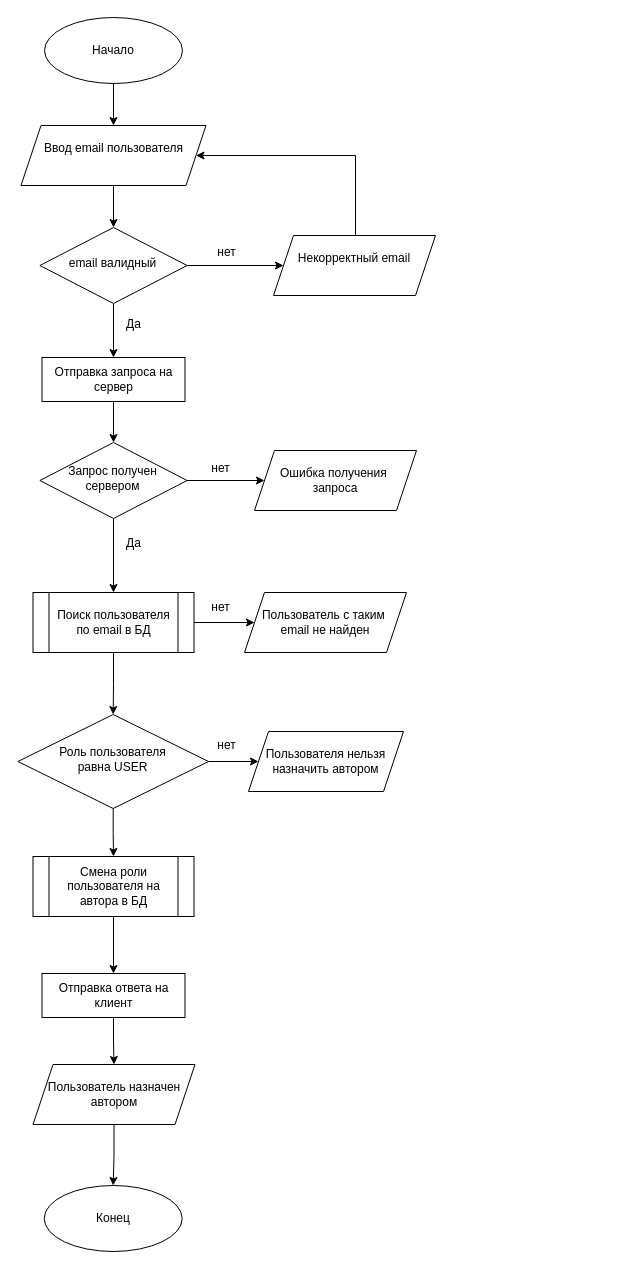
Halwahm/Univer keeps this draw.io diagram as 4 COURSE/KP 4-1/role-change.drawio. Above is the earlier version. Source tidied: cells renumbered, new cells numbered last; positions are measured from the earlier drawing's top-left corner, leaving out a move shared by most shapes. Both pictures are drawn from the tidied source at 100%, with x=0, y=0 at pixel (17, 17).
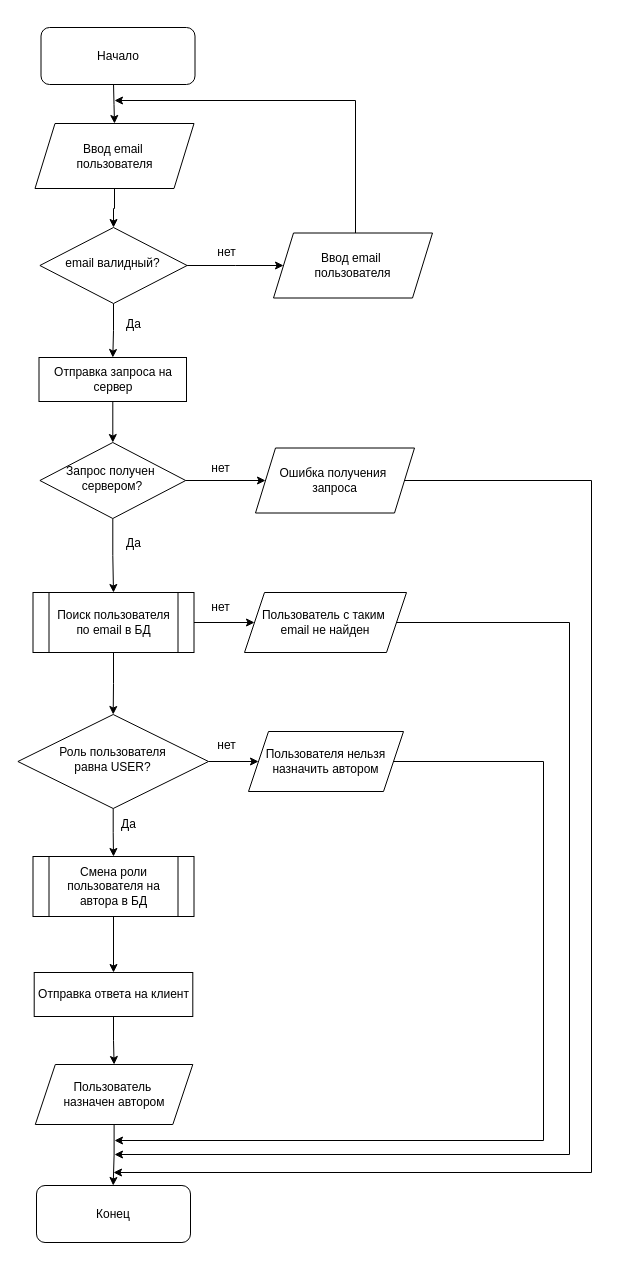
The same page after the edit.

Unchanged cells that the change refers to:
```xml
<mxCell id="25" value="Пользователь с таким&amp;nbsp;&lt;div&gt;email не найден&lt;/div&gt;" style="shape=parallelogram;perimeter=parallelogramPerimeter;whiteSpace=wrap;html=1;fixedSize=1;" parent="1" vertex="1">
  <mxGeometry x="227" y="575" width="162" height="60" as="geometry" />
</mxCell>
<mxCell id="30" value="Пользователя нельзя&lt;div&gt;назначить автором&lt;/div&gt;" style="shape=parallelogram;perimeter=parallelogramPerimeter;whiteSpace=wrap;html=1;fixedSize=1;" parent="1" vertex="1">
  <mxGeometry x="231" y="714" width="155" height="60" as="geometry" />
</mxCell>
```

Diff of the diagram source:
```diff
@@
-    <mxCell id="2" style="edgeStyle=orthogonalEdgeStyle;rounded=0;jettySize=auto;html=1;" parent="1" edge="1" source="3" target="10">
-      <mxGeometry relative="1" as="geometry" />
+    <mxCell id="2" style="edgeStyle=orthogonalEdgeStyle;rounded=0;jettySize=auto;html=1;" parent="1" edge="1" target="10">
+      <mxGeometry relative="1" as="geometry">
+        <mxPoint x="96" y="66" as="sourcePoint" />
+      </mxGeometry>
     </mxCell>
-    <mxCell id="3" value="Начало" style="ellipse;whiteSpace=wrap;html=1;" parent="1" vertex="1">
-      <mxGeometry x="27" width="138" height="66" as="geometry" />
-    </mxCell>
-    <mxCell id="4" value="Конец" style="ellipse;whiteSpace=wrap;html=1;" parent="1" vertex="1">
-      <mxGeometry x="26.7" y="1168" width="138" height="66" as="geometry" />
-    </mxCell>
@@
-    <mxCell id="6" style="edgeStyle=orthogonalEdgeStyle;rounded=0;jettySize=auto;html=1;" parent="1" edge="1" source="7" target="17">
-      <mxGeometry relative="1" as="geometry" />
+    <mxCell id="6" style="edgeStyle=orthogonalEdgeStyle;rounded=0;jettySize=auto;html=1;" parent="1" edge="1" source="7">
+      <mxGeometry relative="1" as="geometry">
+        <mxPoint x="266" y="248" as="targetPoint" />
+      </mxGeometry>
     </mxCell>
-    <mxCell id="7" value="email валидный" style="rhombus;whiteSpace=wrap;html=1;shadow=0;fontFamily=Helvetica;fontSize=12;align=center;strokeWidth=1;spacing=6;spacingTop=-4;" parent="1" vertex="1">
+    <mxCell id="7" value="email валидный?" style="rhombus;whiteSpace=wrap;html=1;shadow=0;fontFamily=Helvetica;fontSize=12;align=center;strokeWidth=1;spacing=6;spacingTop=-4;" parent="1" vertex="1">
       <mxGeometry x="22.4" y="210" width="147.2" height="76" as="geometry" />
     </mxCell>
@@
-    <mxCell id="10" value="&#10;&lt;span style=&quot;color: rgb(0, 0, 0); font-family: Helvetica; font-size: 12px; font-style: normal; font-variant-ligatures: normal; font-variant-caps: normal; font-weight: 400; letter-spacing: normal; orphans: 2; text-align: center; text-indent: 0px; text-transform: none; widows: 2; word-spacing: 0px; -webkit-text-stroke-width: 0px; white-space: normal; background-color: rgb(255, 255, 255); text-decoration-thickness: initial; text-decoration-style: initial; text-decoration-color: initial; display: inline !important; float: none;&quot;&gt;Ввод email пользователя&lt;/span&gt;&#10;&#10;" style="shape=parallelogram;perimeter=parallelogramPerimeter;whiteSpace=wrap;html=1;fixedSize=1;" parent="1" vertex="1">
-      <mxGeometry x="3.5" y="108" width="185" height="60" as="geometry" />
+    <mxCell id="10" value="&lt;span style=&quot;color: rgb(0, 0, 0); font-family: Helvetica; font-size: 12px; font-style: normal; font-variant-ligatures: normal; font-variant-caps: normal; font-weight: 400; letter-spacing: normal; orphans: 2; text-align: center; text-indent: 0px; text-transform: none; widows: 2; word-spacing: 0px; -webkit-text-stroke-width: 0px; white-space: normal; background-color: rgb(255, 255, 255); text-decoration-thickness: initial; text-decoration-style: initial; text-decoration-color: initial; display: inline !important; float: none;&quot;&gt;Ввод email&amp;nbsp;&lt;/span&gt;&lt;div&gt;&lt;span style=&quot;color: rgb(0, 0, 0); font-family: Helvetica; font-size: 12px; font-style: normal; font-variant-ligatures: normal; font-variant-caps: normal; font-weight: 400; letter-spacing: normal; orphans: 2; text-align: center; text-indent: 0px; text-transform: none; widows: 2; word-spacing: 0px; -webkit-text-stroke-width: 0px; white-space: normal; background-color: rgb(255, 255, 255); text-decoration-thickness: initial; text-decoration-style: initial; text-decoration-color: initial; display: inline !important; float: none;&quot;&gt;пользователя&lt;/span&gt;&lt;br&gt;&lt;/div&gt;" style="shape=parallelogram;perimeter=parallelogramPerimeter;whiteSpace=wrap;html=1;fixedSize=1;" parent="1" vertex="1">
+      <mxGeometry x="17.5" y="106" width="159" height="65" as="geometry" />
     </mxCell>
@@
     <mxCell id="12" value="Отправка запроса на сервер" style="rounded=0;whiteSpace=wrap;html=1;fontSize=12;glass=0;strokeWidth=1;shadow=0;" parent="1" vertex="1">
-      <mxGeometry x="24.5" y="340" width="143" height="44" as="geometry" />
+      <mxGeometry x="21.5" y="340" width="147.5" height="44" as="geometry" />
     </mxCell>
-    <mxCell id="13" style="edgeStyle=orthogonalEdgeStyle;rounded=0;jettySize=auto;html=1;" parent="1" edge="1" source="15" target="18">
+    <mxCell id="13" style="edgeStyle=orthogonalEdgeStyle;rounded=0;jettySize=auto;html=1;entryX=0;entryY=0.5;entryDx=0;entryDy=0;" parent="1" edge="1" source="15" target="18">
       <mxGeometry relative="1" as="geometry" />
     </mxCell>
@@
-    <mxCell id="15" value="Запрос получен сервером" style="rhombus;whiteSpace=wrap;html=1;shadow=0;fontFamily=Helvetica;fontSize=12;align=center;strokeWidth=1;spacing=6;spacingTop=-4;" parent="1" vertex="1">
-      <mxGeometry x="22.4" y="425" width="147.2" height="76" as="geometry" />
+    <mxCell id="15" value="Запрос получен&amp;nbsp;&lt;div&gt;сервером?&lt;/div&gt;" style="rhombus;whiteSpace=wrap;html=1;shadow=0;fontFamily=Helvetica;fontSize=12;align=center;strokeWidth=1;spacing=6;spacingTop=-4;" parent="1" vertex="1">
+      <mxGeometry x="22.4" y="425" width="145.8" height="76" as="geometry" />
     </mxCell>
-    <mxCell id="16" style="edgeStyle=orthogonalEdgeStyle;rounded=0;jettySize=auto;html=1;entryX=1;entryY=0.5;entryDx=0;entryDy=0;" parent="1" edge="1" source="17" target="10">
+    <mxCell id="16" style="edgeStyle=orthogonalEdgeStyle;rounded=0;orthogonalLoop=1;jettySize=auto;html=1;" parent="1" edge="1">
       <mxGeometry relative="1" as="geometry">
+        <mxPoint x="338" y="218" as="sourcePoint" />
+        <mxPoint x="97" y="83" as="targetPoint" />
         <Array as="points">
-          <mxPoint x="338" y="138" />
+          <mxPoint x="338" y="83" />
         </Array>
       </mxGeometry>
     </mxCell>
-    <mxCell id="17" value="&#10;&lt;span style=&quot;color: rgb(0, 0, 0); font-family: Helvetica; font-size: 12px; font-style: normal; font-variant-ligatures: normal; font-variant-caps: normal; font-weight: 400; letter-spacing: normal; orphans: 2; text-align: center; text-indent: 0px; text-transform: none; widows: 2; word-spacing: 0px; -webkit-text-stroke-width: 0px; white-space: normal; background-color: rgb(255, 255, 255); text-decoration-thickness: initial; text-decoration-style: initial; text-decoration-color: initial; display: inline !important; float: none;&quot;&gt;Некорректный email&lt;/span&gt;&#10;&#10;" style="shape=parallelogram;perimeter=parallelogramPerimeter;whiteSpace=wrap;html=1;fixedSize=1;" parent="1" vertex="1">
-      <mxGeometry x="256" y="218" width="162" height="60" as="geometry" />
-    </mxCell>
-    <mxCell id="18" value="Ошибка получения&amp;nbsp;&lt;div&gt;запроса&lt;/div&gt;" style="shape=parallelogram;perimeter=parallelogramPerimeter;whiteSpace=wrap;html=1;fixedSize=1;" parent="1" vertex="1">
-      <mxGeometry x="237" y="433" width="162" height="60" as="geometry" />
-    </mxCell>
@@
+    <mxCell id="38" style="edgeStyle=orthogonalEdgeStyle;rounded=0;jettySize=auto;html=1;" parent="1" edge="1" source="25">
+      <mxGeometry relative="1" as="geometry">
+        <mxPoint x="97" y="1137" as="targetPoint" />
+        <Array as="points">
+          <mxPoint x="552" y="605" />
+          <mxPoint x="552" y="1137" />
+        </Array>
+      </mxGeometry>
+    </mxCell>
@@
-    <mxCell id="29" value="Роль пользователя&lt;div&gt;равна USER&lt;/div&gt;" style="rhombus;whiteSpace=wrap;html=1;shadow=0;fontFamily=Helvetica;fontSize=12;align=center;strokeWidth=1;spacing=6;spacingTop=-4;" parent="1" vertex="1">
+    <mxCell id="29" value="Роль пользователя&lt;div&gt;равна USER?&lt;/div&gt;" style="rhombus;whiteSpace=wrap;html=1;shadow=0;fontFamily=Helvetica;fontSize=12;align=center;strokeWidth=1;spacing=6;spacingTop=-4;" parent="1" vertex="1">
       <mxGeometry x="0.4" y="697" width="190.6" height="94" as="geometry" />
     </mxCell>
+    <mxCell id="39" style="edgeStyle=orthogonalEdgeStyle;rounded=0;jettySize=auto;html=1;" parent="1" edge="1" source="30">
+      <mxGeometry relative="1" as="geometry">
+        <mxPoint x="97" y="1123" as="targetPoint" />
+        <Array as="points">
+          <mxPoint x="526" y="744" />
+          <mxPoint x="526" y="1123" />
+        </Array>
+      </mxGeometry>
+    </mxCell>
@@
     <mxCell id="35" value="Отправка ответа на клиент" style="rounded=0;whiteSpace=wrap;html=1;fontSize=12;glass=0;strokeWidth=1;shadow=0;" parent="1" vertex="1">
-      <mxGeometry x="24.5" y="956" width="143" height="44" as="geometry" />
+      <mxGeometry x="16.7" y="955" width="158.6" height="44" as="geometry" />
     </mxCell>
-    <mxCell id="36" style="edgeStyle=orthogonalEdgeStyle;rounded=0;jettySize=auto;html=1;" parent="1" edge="1" source="37" target="4">
-      <mxGeometry relative="1" as="geometry" />
+    <mxCell id="36" style="edgeStyle=orthogonalEdgeStyle;rounded=0;jettySize=auto;html=1;" parent="1" edge="1" source="37">
+      <mxGeometry relative="1" as="geometry">
+        <mxPoint x="95.7" y="1168" as="targetPoint" />
+      </mxGeometry>
     </mxCell>
-    <mxCell id="37" value="Пользователь назначен автором" style="shape=parallelogram;perimeter=parallelogramPerimeter;whiteSpace=wrap;html=1;fixedSize=1;" parent="1" vertex="1">
-      <mxGeometry x="15.5" y="1047" width="162" height="60" as="geometry" />
+    <mxCell id="37" value="Пользователь&amp;nbsp;&lt;div&gt;назначен автором&lt;/div&gt;" style="shape=parallelogram;perimeter=parallelogramPerimeter;whiteSpace=wrap;html=1;fixedSize=1;" parent="1" vertex="1">
+      <mxGeometry x="17.8" y="1047" width="157.5" height="60" as="geometry" />
     </mxCell>
+    <mxCell id="3" value="Начало" style="rounded=1;whiteSpace=wrap;html=1;" parent="1" vertex="1">
+      <mxGeometry x="23.5" y="10" width="154" height="57" as="geometry" />
+    </mxCell>
+    <mxCell id="40" value="Да" style="text;html=1;align=center;verticalAlign=middle;strokeColor=none;fillColor=none;" parent="1" vertex="1">
+      <mxGeometry x="94" y="794" width="33" height="26" as="geometry" />
+    </mxCell>
+    <mxCell id="4" value="Конец" style="rounded=1;whiteSpace=wrap;html=1;" parent="1" vertex="1">
+      <mxGeometry x="19" y="1168" width="154" height="57" as="geometry" />
+    </mxCell>
+    <mxCell id="41" value="&lt;span style=&quot;color: rgb(0, 0, 0); font-family: Helvetica; font-size: 12px; font-style: normal; font-variant-ligatures: normal; font-variant-caps: normal; font-weight: 400; letter-spacing: normal; orphans: 2; text-align: center; text-indent: 0px; text-transform: none; widows: 2; word-spacing: 0px; -webkit-text-stroke-width: 0px; white-space: normal; background-color: rgb(255, 255, 255); text-decoration-thickness: initial; text-decoration-style: initial; text-decoration-color: initial; display: inline !important; float: none;&quot;&gt;Ввод email&amp;nbsp;&lt;/span&gt;&lt;div&gt;&lt;span style=&quot;color: rgb(0, 0, 0); font-family: Helvetica; font-size: 12px; font-style: normal; font-variant-ligatures: normal; font-variant-caps: normal; font-weight: 400; letter-spacing: normal; orphans: 2; text-align: center; text-indent: 0px; text-transform: none; widows: 2; word-spacing: 0px; -webkit-text-stroke-width: 0px; white-space: normal; background-color: rgb(255, 255, 255); text-decoration-thickness: initial; text-decoration-style: initial; text-decoration-color: initial; display: inline !important; float: none;&quot;&gt;пользователя&lt;/span&gt;&lt;br&gt;&lt;/div&gt;" style="shape=parallelogram;perimeter=parallelogramPerimeter;whiteSpace=wrap;html=1;fixedSize=1;" parent="1" vertex="1">
+      <mxGeometry x="256" y="215.5" width="159" height="65" as="geometry" />
+    </mxCell>
+    <mxCell id="42" style="edgeStyle=orthogonalEdgeStyle;rounded=0;jettySize=auto;html=1;" parent="1" edge="1" source="18">
+      <mxGeometry relative="1" as="geometry">
+        <mxPoint x="96" y="1155" as="targetPoint" />
+        <Array as="points">
+          <mxPoint x="574" y="463" />
+          <mxPoint x="574" y="1155" />
+          <mxPoint x="98" y="1155" />
+        </Array>
+      </mxGeometry>
+    </mxCell>
+    <mxCell id="18" value="&lt;div&gt;Ошибка получения&amp;nbsp;&lt;div&gt;запроса&lt;/div&gt;&lt;/div&gt;" style="shape=parallelogram;perimeter=parallelogramPerimeter;whiteSpace=wrap;html=1;fixedSize=1;" parent="1" vertex="1">
+      <mxGeometry x="238" y="430.5" width="159" height="65" as="geometry" />
+    </mxCell>
```
